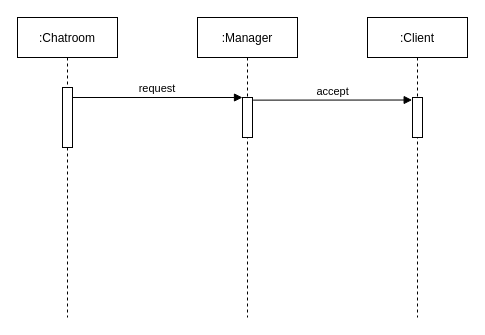
The draw.io diagram page "Use Case 3" (1 of 2) of assignment1/Sequence.drawio in DJongstra/UA---Mosis, before the edit. Source tidied: cells renumbered, new cells numbered last; positions are measured from the earlier drawing's top-left corner, leaving out a move shared by most shapes. Both pictures are drawn from the tidied source at 100%, with x=0, y=0 at pixel (17, 17).
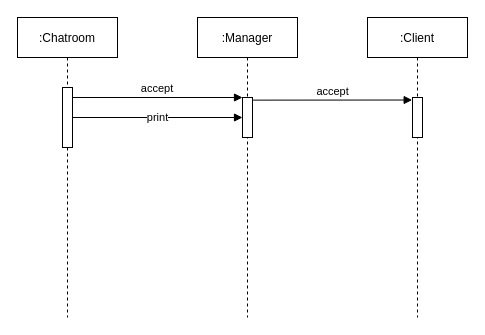
Above is the later version.

Diff of the diagram source:
```diff
@@
 <mxGraphModel>
   <root>
     <mxCell id="0" />
     <mxCell id="1" parent="0" />
     <mxCell id="2" value=":Chatroom" style="shape=umlLifeline;perimeter=lifelinePerimeter;rounded=0;shadow=0;strokeWidth=1;" parent="1" vertex="1">
       <mxGeometry width="100" height="300" as="geometry" />
     </mxCell>
     <mxCell id="3" style="points=[];perimeter=orthogonalPerimeter;rounded=0;shadow=0;strokeWidth=1;" parent="2" vertex="1">
       <mxGeometry x="45" y="70" width="10" height="60" as="geometry" />
     </mxCell>
     <mxCell id="4" value=":Manager" style="shape=umlLifeline;perimeter=lifelinePerimeter;rounded=0;shadow=0;strokeWidth=1;" parent="1" vertex="1">
       <mxGeometry x="180" width="100" height="300" as="geometry" />
     </mxCell>
     <mxCell id="5" style="points=[];perimeter=orthogonalPerimeter;rounded=0;shadow=0;strokeWidth=1;" parent="4" vertex="1">
       <mxGeometry x="45" y="80" width="10" height="40" as="geometry" />
     </mxCell>
-    <mxCell id="6" value="request" style="verticalAlign=bottom;endArrow=block;entryX=0;entryY=0;shadow=0;strokeWidth=1;" parent="1" edge="1" source="3" target="5">
+    <mxCell id="6" value="accept" style="verticalAlign=bottom;endArrow=block;entryX=0;entryY=0;shadow=0;strokeWidth=1;" parent="1" edge="1" source="3" target="5">
       <mxGeometry relative="1" as="geometry" />
     </mxCell>
     <mxCell id="7" value=":Client" style="shape=umlLifeline;perimeter=lifelinePerimeter;rounded=0;shadow=0;strokeWidth=1;" parent="1" vertex="1">
       <mxGeometry x="350" width="100" height="300" as="geometry" />
     </mxCell>
     <mxCell id="8" style="points=[];perimeter=orthogonalPerimeter;rounded=0;shadow=0;strokeWidth=1;" parent="7" vertex="1">
       <mxGeometry x="45" y="80" width="10" height="40" as="geometry" />
     </mxCell>
     <mxCell id="9" value="accept" style="verticalAlign=bottom;endArrow=block;entryX=-0.033;entryY=0.063;shadow=0;strokeWidth=1;exitX=1.06;exitY=0.066;exitDx=0;exitDy=0;exitPerimeter=0;entryDx=0;entryDy=0;entryPerimeter=0;" parent="1" edge="1" source="5" target="8">
       <mxGeometry relative="1" as="geometry" />
     </mxCell>
+    <mxCell id="10" value="print" style="edgeStyle=orthogonalEdgeStyle;rounded=0;jettySize=auto;html=1;entryX=0;entryY=0.5;entryDx=0;entryDy=0;entryPerimeter=0;endArrow=block;endFill=1;" parent="1" edge="1" source="3" target="5">
+      <mxGeometry relative="1" as="geometry" />
+    </mxCell>
   </root>
 </mxGraphModel>
```
